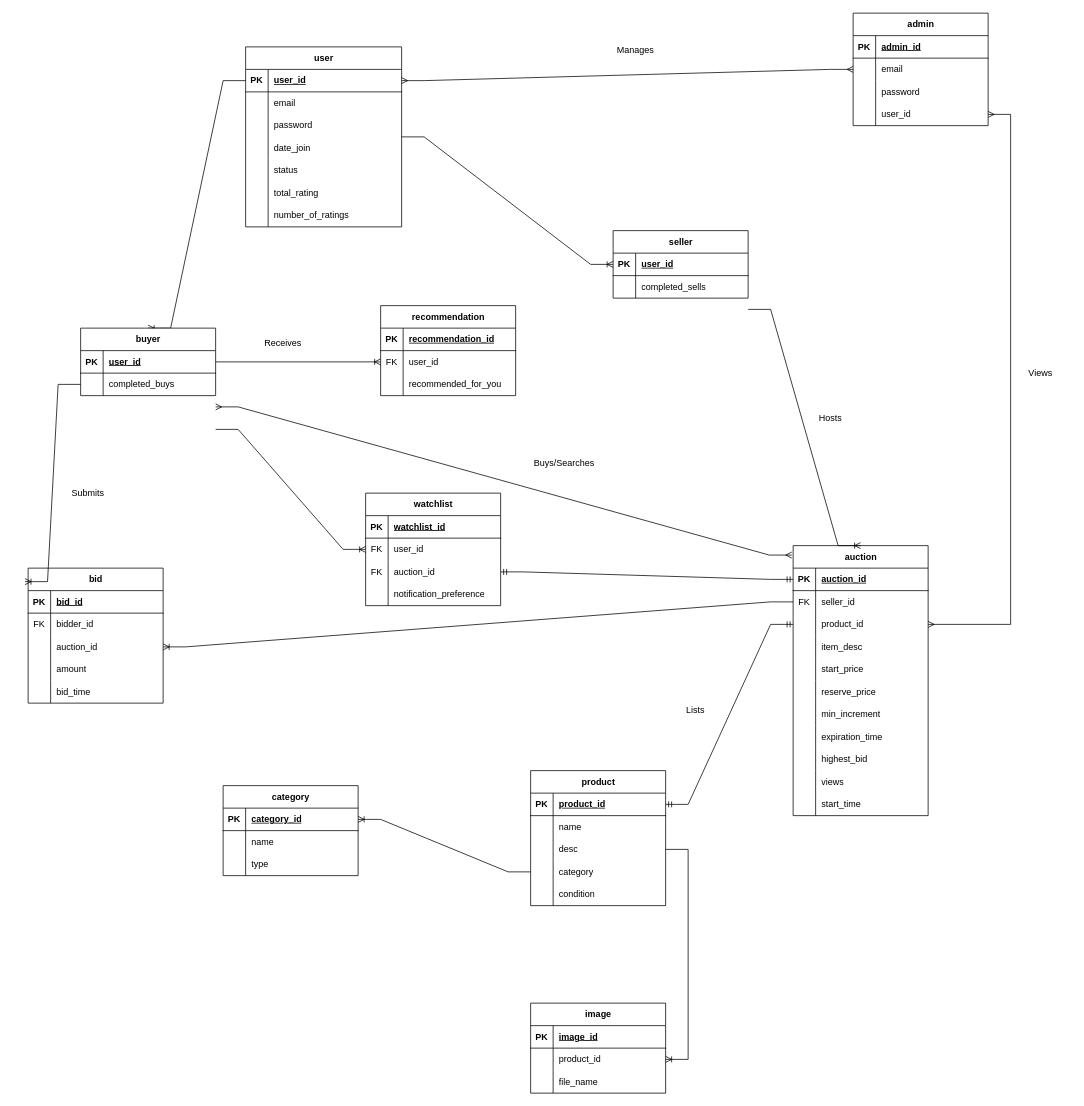
The draw.io diagram Untitled Diagram.drawio in TufayelM/auction_website, before the edit. Source tidied: cells renumbered, new cells numbered last; positions are measured from the earlier drawing's top-left corner, leaving out a move shared by most shapes. Both pictures are drawn from the tidied source at 75%, with x=0, y=0 at pixel (28, 13).
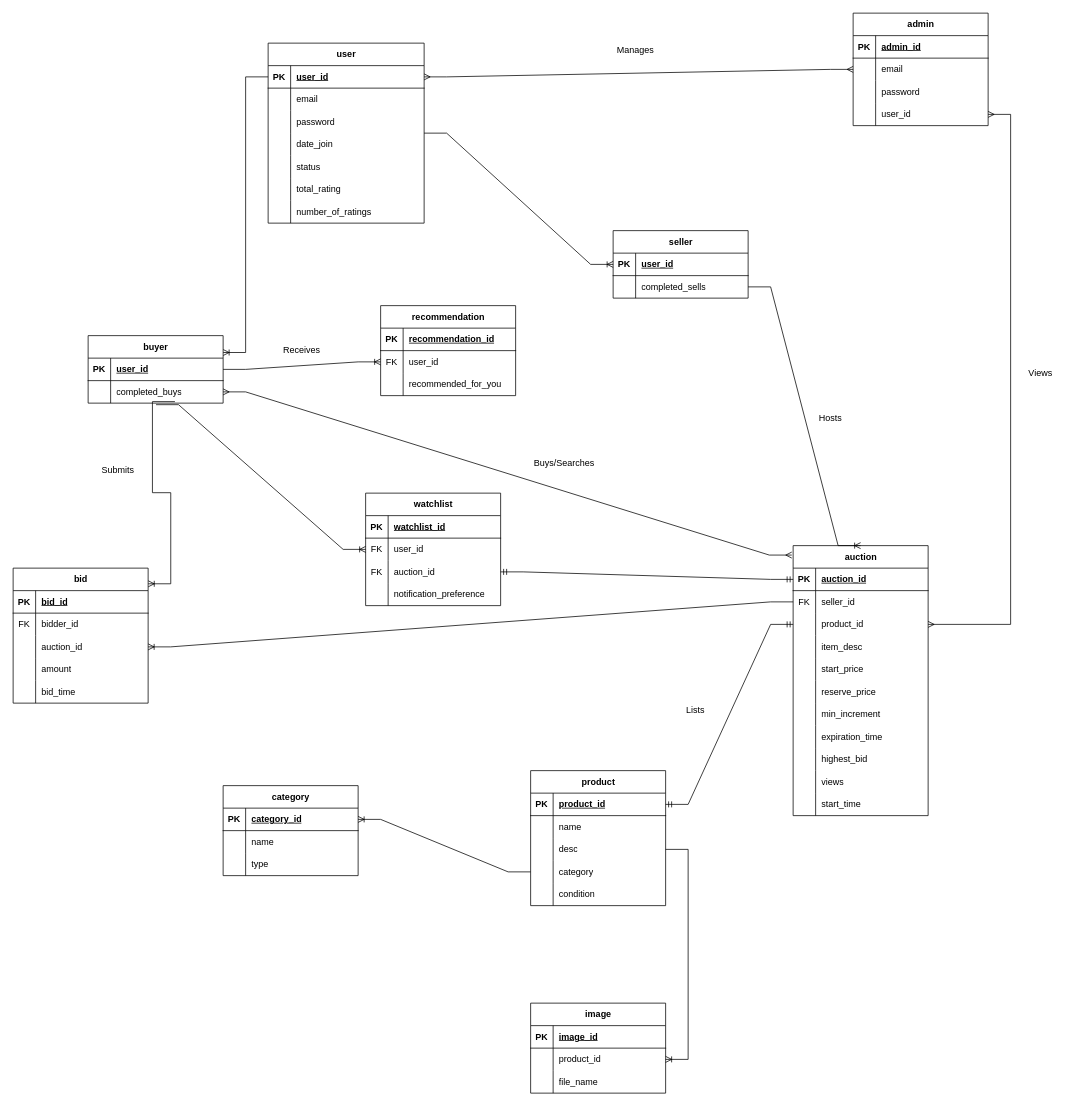
Above is the later version.

Commit message:
Post Feedback

Unchanged cells that the change refers to:
```xml
<mxCell id="3" style="shape=tableRow;horizontal=0;startSize=0;swimlaneHead=0;swimlaneBody=0;fillColor=none;points=[[0,0.5],[1,0.5]];portConstraint=eastwest;top=0;left=0;right=0;bottom=1;" parent="2" vertex="1">
  <mxGeometry y="30" width="208" height="30" as="geometry" />
</mxCell>
<mxCell id="40" value="auction" style="shape=table;startSize=30;childLayout=tableLayout;rowLines=0;fontStyle=1;align=center;html=1;" parent="1" vertex="1">
  <mxGeometry x="1020" y="710" width="180" height="360" as="geometry" />
</mxCell>
<mxCell id="109" style="shape=tableRow;horizontal=0;startSize=0;swimlaneHead=0;swimlaneBody=0;fillColor=none;points=[[0,0.5],[1,0.5]];portConstraint=eastwest;top=0;left=0;right=0;bottom=0;" parent="105" vertex="1">
  <mxGeometry y="60" width="180" height="30" as="geometry" />
</mxCell>
<mxCell id="149" style="shape=tableRow;horizontal=0;startSize=0;swimlaneHead=0;swimlaneBody=0;fillColor=none;points=[[0,0.5],[1,0.5]];portConstraint=eastwest;top=0;left=0;right=0;bottom=0;" parent="145" vertex="1">
  <mxGeometry y="60" width="180" height="30" as="geometry" />
</mxCell>
<mxCell id="156" style="shape=tableRow;horizontal=0;startSize=0;swimlaneHead=0;swimlaneBody=0;fillColor=none;points=[[0,0.5],[1,0.5]];portConstraint=eastwest;top=0;left=0;right=0;bottom=0;" parent="152" vertex="1">
  <mxGeometry y="60" width="180" height="30" as="geometry" />
</mxCell>
```

Change to the diagram source:
```diff
@@
     <mxCell id="2" value="user" style="shape=table;startSize=30;childLayout=tableLayout;rowLines=0;fontStyle=1;align=center;html=1;" parent="1" vertex="1">
-      <mxGeometry x="290" y="45" width="208" height="240" as="geometry" />
+      <mxGeometry x="320" y="40" width="208" height="240" as="geometry" />
     </mxCell>
@@
     <mxCell id="24" value="bid" style="shape=table;startSize=30;childLayout=tableLayout;rowLines=0;fontStyle=1;align=center;html=1;" parent="1" vertex="1">
-      <mxGeometry y="740" width="180" height="180" as="geometry" />
+      <mxGeometry x="-20" y="740" width="180" height="180" as="geometry" />
     </mxCell>
@@
-    <mxCell id="74" style="edgeStyle=entityRelationEdgeStyle;fontSize=12;html=1;endArrow=ERoneToMany;rounded=0;entryX=0.5;entryY=0;entryDx=0;entryDy=0;" parent="1" edge="1" source="3" target="152">
+    <mxCell id="74" style="edgeStyle=entityRelationEdgeStyle;fontSize=12;html=1;endArrow=ERoneToMany;rounded=0;entryX=1;entryY=0.25;entryDx=0;entryDy=0;" parent="1" edge="1" source="3" target="152">
       <mxGeometry relative="1" as="geometry" />
     </mxCell>
@@
-    <mxCell id="118" style="edgeStyle=entityRelationEdgeStyle;fontSize=12;html=1;endArrow=ERoneToMany;rounded=0;" parent="1" edge="1" target="109">
-      <mxGeometry relative="1" as="geometry">
-        <mxPoint x="250" y="555" as="sourcePoint" />
-      </mxGeometry>
+    <mxCell id="118" style="edgeStyle=entityRelationEdgeStyle;fontSize=12;html=1;endArrow=ERoneToMany;rounded=0;exitX=0.503;exitY=1.069;exitDx=0;exitDy=0;exitPerimeter=0;" parent="1" edge="1" source="156" target="109">
+      <mxGeometry relative="1" as="geometry" />
     </mxCell>
@@
     <mxCell id="152" value="buyer" style="shape=table;startSize=30;childLayout=tableLayout;rowLines=0;fontStyle=1;align=center;html=1;" parent="1" vertex="1">
-      <mxGeometry x="70" y="420" width="180" height="90" as="geometry" />
+      <mxGeometry x="80" y="430" width="180" height="90" as="geometry" />
     </mxCell>
@@
-    <mxCell id="159" style="edgeStyle=entityRelationEdgeStyle;fontSize=12;html=1;endArrow=ERoneToMany;rounded=0;entryX=-0.023;entryY=0.1;entryDx=0;entryDy=0;exitX=0;exitY=0.5;exitDx=0;exitDy=0;entryPerimeter=0;" parent="1" edge="1" source="156" target="24">
-      <mxGeometry relative="1" as="geometry" />
-    </mxCell>
-    <mxCell id="160" style="edgeStyle=entityRelationEdgeStyle;fontSize=12;html=1;endArrow=ERoneToMany;rounded=0;entryX=0.5;entryY=0;entryDx=0;entryDy=0;" parent="1" edge="1" target="40">
-      <mxGeometry relative="1" as="geometry">
-        <mxPoint x="960" y="395" as="sourcePoint" />
-      </mxGeometry>
+    <mxCell id="160" style="edgeStyle=entityRelationEdgeStyle;fontSize=12;html=1;endArrow=ERoneToMany;rounded=0;entryX=0.5;entryY=0;entryDx=0;entryDy=0;exitX=1;exitY=0.5;exitDx=0;exitDy=0;" parent="1" edge="1" source="149" target="40">
+      <mxGeometry relative="1" as="geometry" />
     </mxCell>
@@
     <mxCell id="176" value="Receives" style="text;strokeColor=none;align=center;fillColor=none;html=1;verticalAlign=middle;whiteSpace=wrap;rounded=0;" parent="1" vertex="1">
-      <mxGeometry x="300" y="420" width="80" height="40" as="geometry" />
+      <mxGeometry x="325" y="430" width="80" height="40" as="geometry" />
     </mxCell>
     <mxCell id="177" value="Submits" style="text;strokeColor=none;align=center;fillColor=none;html=1;verticalAlign=middle;whiteSpace=wrap;rounded=0;" parent="1" vertex="1">
-      <mxGeometry x="40" y="620" width="80" height="40" as="geometry" />
+      <mxGeometry x="80" y="590" width="80" height="40" as="geometry" />
     </mxCell>
@@
-    <mxCell id="179" style="edgeStyle=entityRelationEdgeStyle;fontSize=12;html=1;endArrow=ERmany;startArrow=ERmany;rounded=0;entryX=-0.01;entryY=0.035;entryDx=0;entryDy=0;entryPerimeter=0;" parent="1" edge="1" target="40">
-      <mxGeometry relative="1" as="geometry">
-        <mxPoint x="250" y="525" as="sourcePoint" />
-      </mxGeometry>
+    <mxCell id="179" style="edgeStyle=entityRelationEdgeStyle;fontSize=12;html=1;endArrow=ERmany;startArrow=ERmany;rounded=0;entryX=-0.01;entryY=0.035;entryDx=0;entryDy=0;entryPerimeter=0;exitX=1;exitY=0.5;exitDx=0;exitDy=0;" parent="1" edge="1" source="156" target="40">
+      <mxGeometry relative="1" as="geometry" />
     </mxCell>
@@
+    <mxCell id="181" style="edgeStyle=entityRelationEdgeStyle;fontSize=12;html=1;endArrow=none;rounded=0;endFill=0;startArrow=ERoneToMany;startFill=0;exitX=1.001;exitY=0.116;exitDx=0;exitDy=0;exitPerimeter=0;entryX=0.643;entryY=0.933;entryDx=0;entryDy=0;entryPerimeter=0;" parent="1" edge="1" source="24" target="156">
+      <mxGeometry relative="1" as="geometry" />
+    </mxCell>
```
